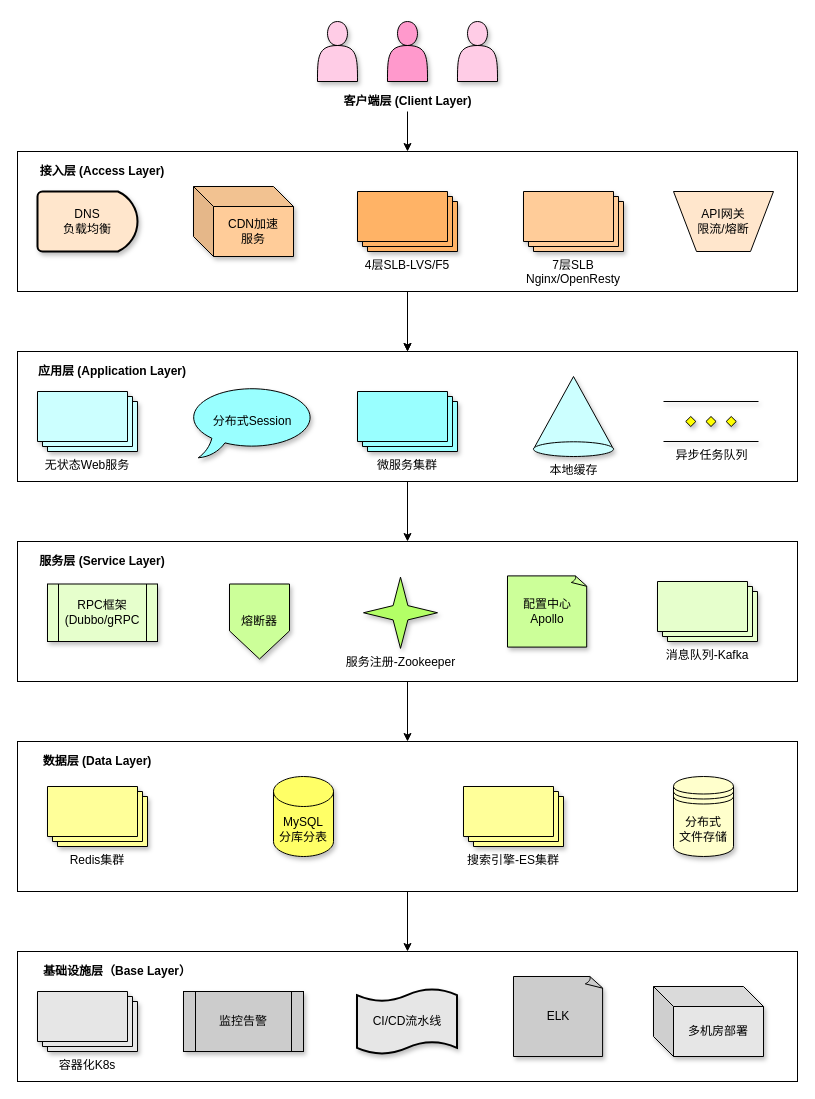
Above: achitecture_diagram/百万QPS分布式架构分层设计.drawio in abigalexy/online_drawing (draw.io), before the change. Source tidied: cells renumbered, new cells numbered last; positions are measured from the earlier drawing's top-left corner, leaving out a move shared by most shapes. Both pictures are drawn from the tidied source at 100%, with x=0, y=0 at pixel (17, 21).
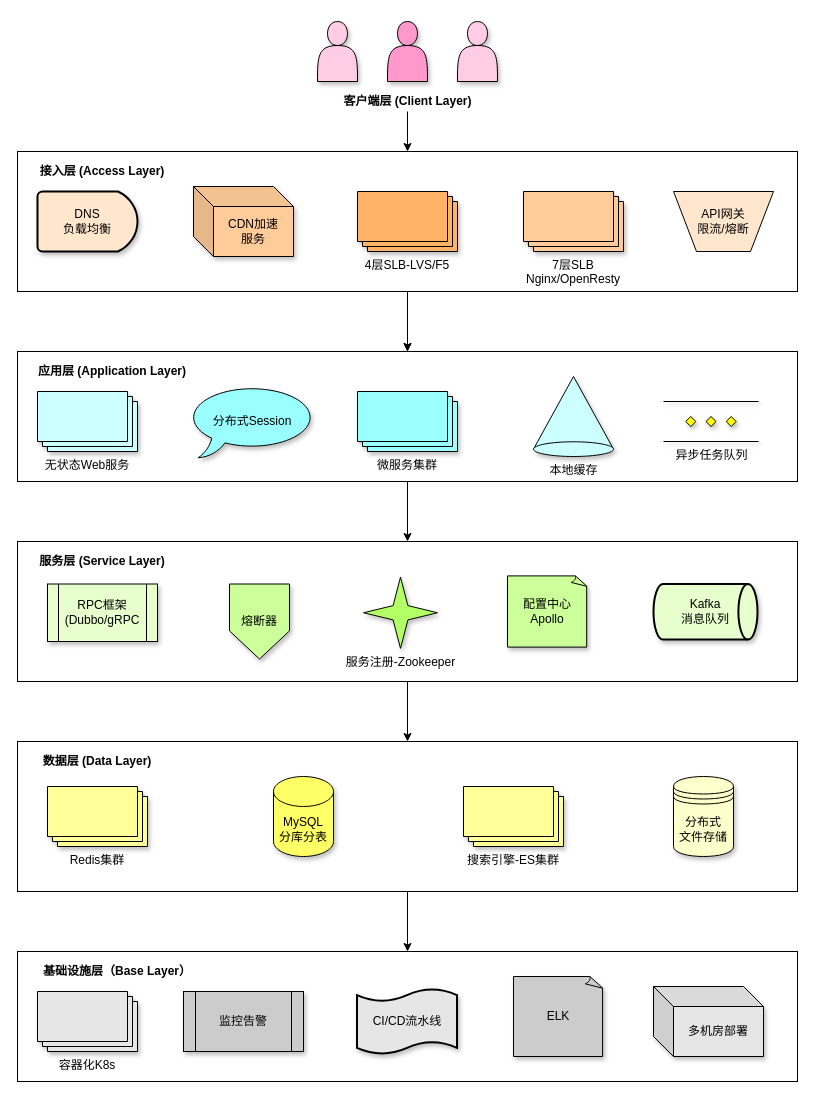
After the change.

Commit message:
更新百万QPS分布式架构分层设计.drawio

The change refers to these unchanged cells:
```xml
<mxCell id="7" style="group;" parent="1" vertex="1">
  <mxGeometry y="520" width="780" height="140" as="geometry" />
</mxCell>
```

Diff of the diagram source:
```diff
@@
-    <mxCell id="10" value="消息队列-Kafka" style="verticalLabelPosition=bottom;verticalAlign=top;html=1;shape=mxgraph.basic.layered_rect;dx=10;whiteSpace=wrap;fillColor=#E6FFCC;shadow=1;" parent="7" vertex="1">
-      <mxGeometry x="640" y="40" width="100" height="60" as="geometry" />
-    </mxCell>
@@
+    <mxCell id="50" value="Kafka&lt;br&gt;消息队列" style="strokeWidth=2;html=1;shape=mxgraph.flowchart.direct_data;whiteSpace=wrap;fillColor=#E6FFCC;shadow=1;" parent="7" vertex="1">
+      <mxGeometry x="636" y="42.5" width="104" height="55.6" as="geometry" />
+    </mxCell>
```
